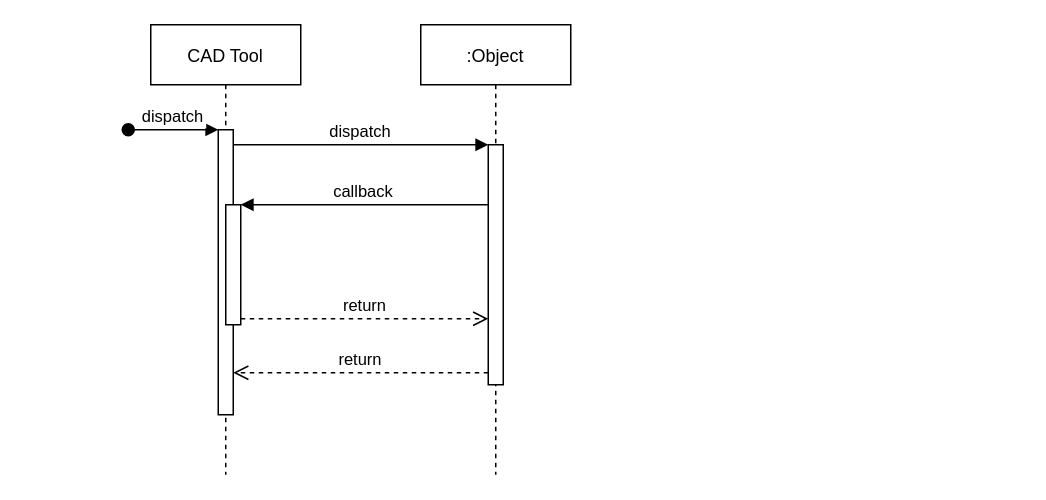
Above: 未命名绘图.drawio in lvmq/emop (draw.io), before the change. Source tidied: cells renumbered, new cells numbered last; positions are measured from the earlier drawing's top-left corner, leaving out a move shared by most shapes. Both pictures are drawn from the tidied source at 150%, with x=0, y=0 at pixel (128, 24).
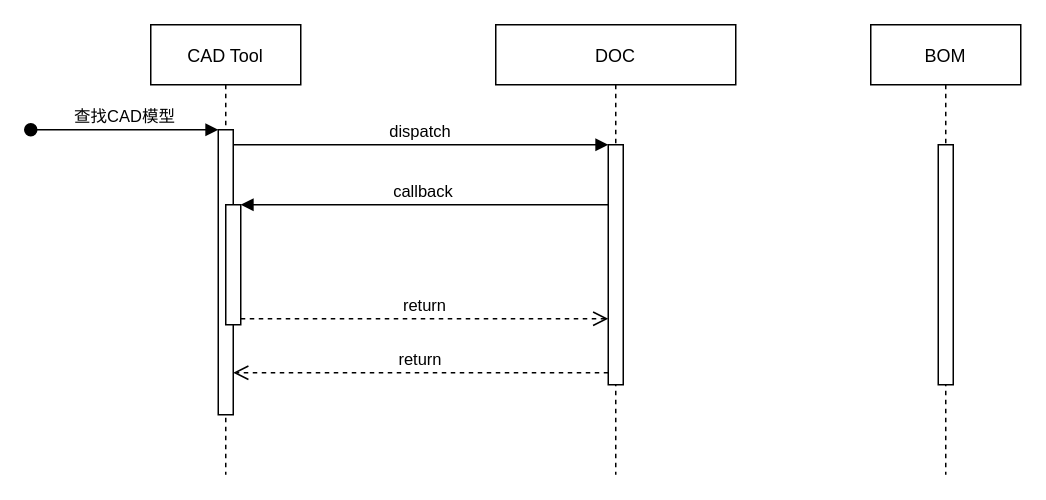
The same diagram, later.

Commit message:
更新未命名绘图.drawio

The edit, as a diff of the source:
```diff
@@
 <mxGraphModel>
   <root>
     <mxCell id="0" />
     <mxCell id="1" parent="0" />
     <mxCell id="2" value="CAD Tool" style="shape=umlLifeline;perimeter=lifelinePerimeter;rounded=0;shadow=0;strokeWidth=1;" parent="1" vertex="1">
       <mxGeometry x="15" width="100" height="300" as="geometry" />
     </mxCell>
     <mxCell id="3" style="points=[];perimeter=orthogonalPerimeter;rounded=0;shadow=0;strokeWidth=1;" parent="2" vertex="1">
       <mxGeometry x="45" y="70" width="10" height="190" as="geometry" />
     </mxCell>
-    <mxCell id="4" value="dispatch" style="verticalAlign=bottom;startArrow=oval;endArrow=block;startSize=8;shadow=0;strokeWidth=1;" parent="2" edge="1" target="3">
+    <mxCell id="4" value="查找CAD模型" style="verticalAlign=bottom;startArrow=oval;endArrow=block;startSize=8;shadow=0;strokeWidth=1;" parent="2" edge="1" target="3">
       <mxGeometry relative="1" as="geometry">
-        <mxPoint x="-15" y="70" as="sourcePoint" />
+        <mxPoint x="-80" y="70" as="sourcePoint" />
       </mxGeometry>
     </mxCell>
     <mxCell id="5" style="points=[];perimeter=orthogonalPerimeter;rounded=0;shadow=0;strokeWidth=1;" parent="2" vertex="1">
       <mxGeometry x="50" y="120" width="10" height="80" as="geometry" />
     </mxCell>
-    <mxCell id="6" value=":Object" style="shape=umlLifeline;perimeter=lifelinePerimeter;rounded=0;shadow=0;strokeWidth=1;" parent="1" vertex="1">
-      <mxGeometry x="195" width="100" height="300" as="geometry" />
+    <mxCell id="6" value="DOC" style="shape=umlLifeline;perimeter=lifelinePerimeter;rounded=0;shadow=0;strokeWidth=1;" parent="1" vertex="1">
+      <mxGeometry x="245" width="160" height="300" as="geometry" />
     </mxCell>
     <mxCell id="7" style="points=[];perimeter=orthogonalPerimeter;rounded=0;shadow=0;strokeWidth=1;" parent="6" vertex="1">
-      <mxGeometry x="45" y="80" width="10" height="160" as="geometry" />
+      <mxGeometry x="75" y="80" width="10" height="160" as="geometry" />
     </mxCell>
     <mxCell id="8" value="return" style="verticalAlign=bottom;endArrow=open;dashed=1;endSize=8;exitX=0;exitY=0.95;shadow=0;strokeWidth=1;" parent="1" edge="1" source="7" target="3">
       <mxGeometry relative="1" as="geometry" />
     </mxCell>
     <mxCell id="9" value="dispatch" style="verticalAlign=bottom;endArrow=block;entryX=0;entryY=0;shadow=0;strokeWidth=1;" parent="1" edge="1" source="3" target="7">
       <mxGeometry relative="1" as="geometry" />
     </mxCell>
     <mxCell id="10" value="callback" style="verticalAlign=bottom;endArrow=block;entryX=1;entryY=0;shadow=0;strokeWidth=1;" parent="1" edge="1" source="7" target="5">
       <mxGeometry relative="1" as="geometry" />
     </mxCell>
     <mxCell id="11" value="return" style="verticalAlign=bottom;endArrow=open;dashed=1;endSize=8;exitX=1;exitY=0.95;shadow=0;strokeWidth=1;" parent="1" edge="1" source="5" target="7">
       <mxGeometry relative="1" as="geometry" />
     </mxCell>
+    <mxCell id="12" value="BOM" style="shape=umlLifeline;perimeter=lifelinePerimeter;rounded=0;shadow=0;strokeWidth=1;" parent="1" vertex="1">
+      <mxGeometry x="495" width="100" height="300" as="geometry" />
+    </mxCell>
+    <mxCell id="13" style="perimeter=orthogonalPerimeter;rounded=0;shadow=0;strokeWidth=1;" parent="12" vertex="1">
+      <mxGeometry x="45" y="80" width="10" height="160" as="geometry" />
+    </mxCell>
   </root>
 </mxGraphModel>
```
